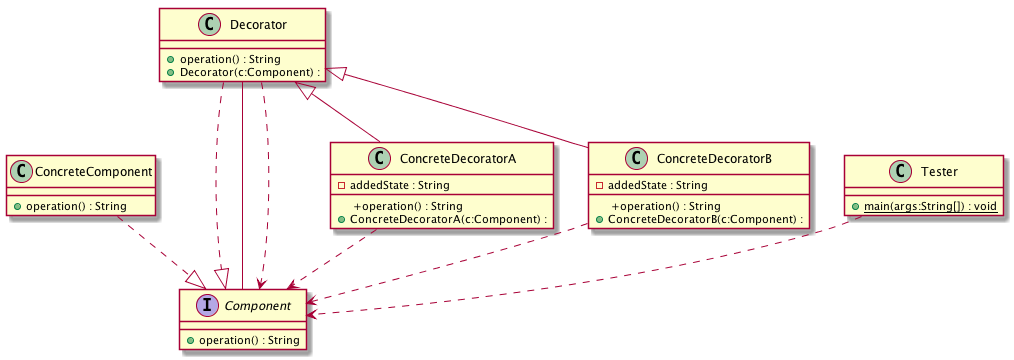
Earlier version of the PlantUML export UMLGenerator/test-case-5.png (rashmishrm/UMLParser).
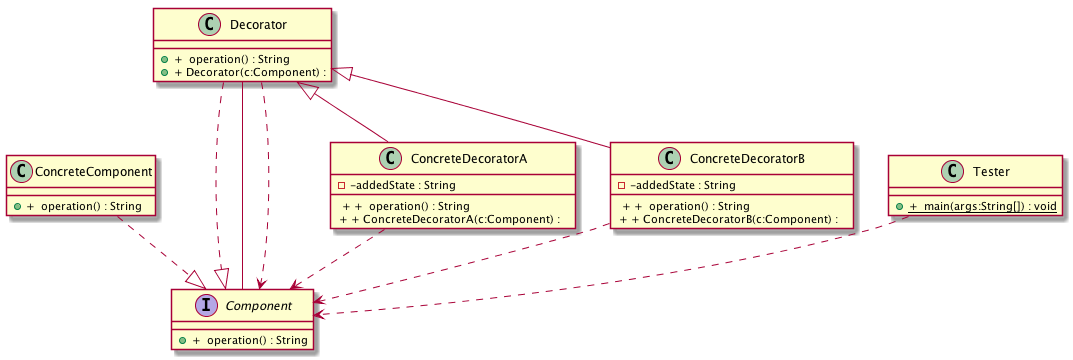
The same file after the commit.

Change to the diagram source:
```diff
@@ -1,31 +1,31 @@
 @startuml
 interface Component{
- +operation() : String
+  + +  operation() : String
 }
 
 class ConcreteComponent{
- +operation() : String
+  + +  operation() : String
 }
 
 class ConcreteDecoratorA{
-- addedState : String
- +operation() : String
-+ConcreteDecoratorA(c:Component) :
+- -addedState : String
+  + +  operation() : String
+ + + ConcreteDecoratorA(c:Component) :
 }
 
 class ConcreteDecoratorB{
-- addedState : String
- +operation() : String
-+ConcreteDecoratorB(c:Component) :
+- -addedState : String
+  + +  operation() : String
+ + + ConcreteDecoratorB(c:Component) :
 }
 
 class Decorator{
- +operation() : String
-+Decorator(c:Component) :
+  + +  operation() : String
+ + + Decorator(c:Component) :
 }
 
 class Tester{
-{static} +main(args:String[]) : void
+{static}  + +  main(args:String[]) : void
 }
 
 ConcreteComponent ..|>Component
```
